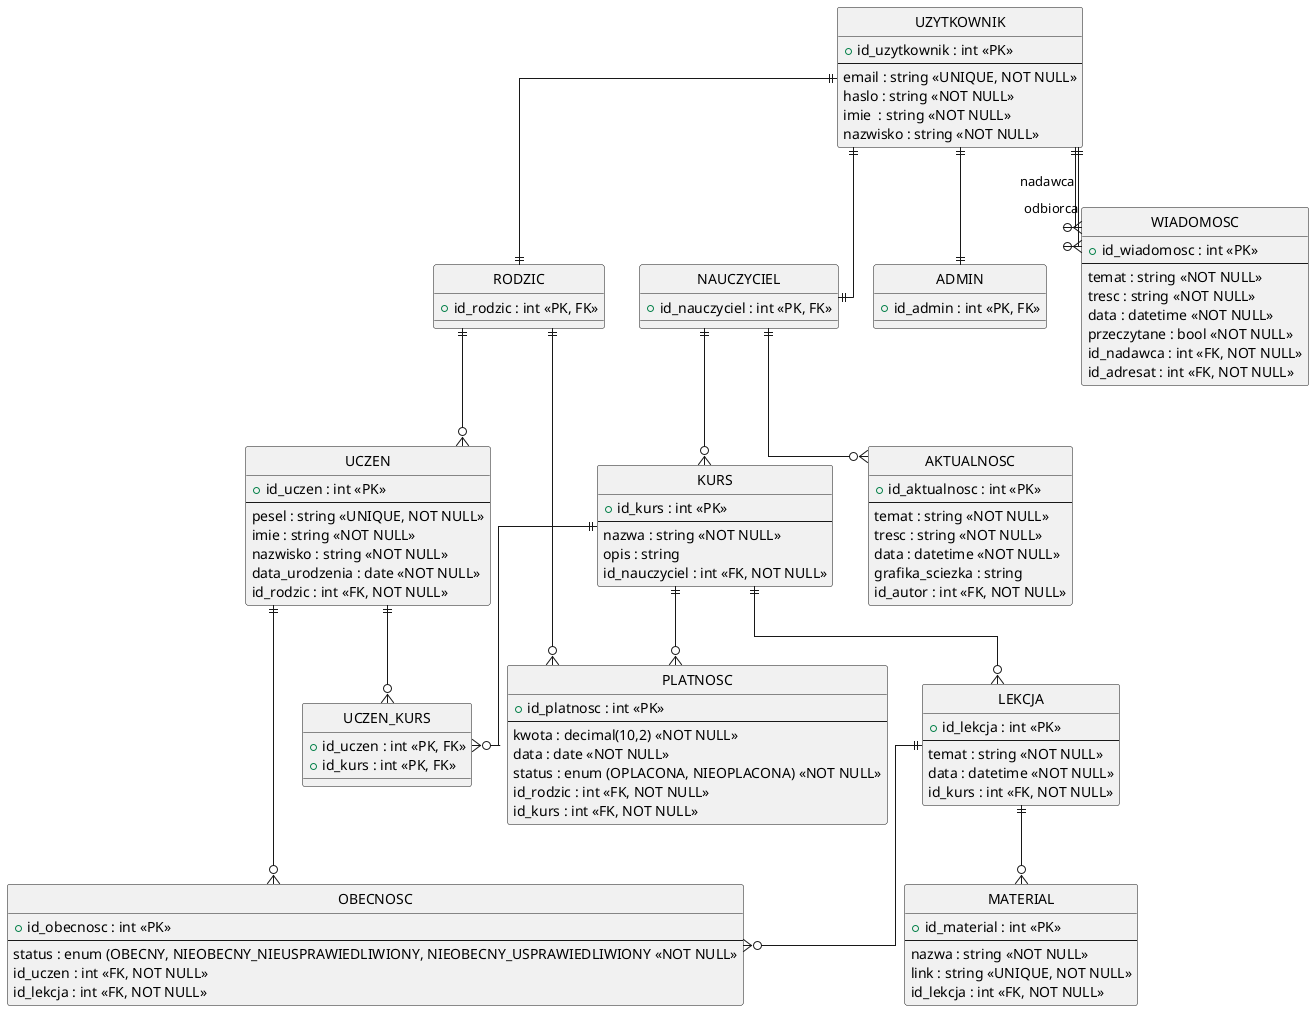
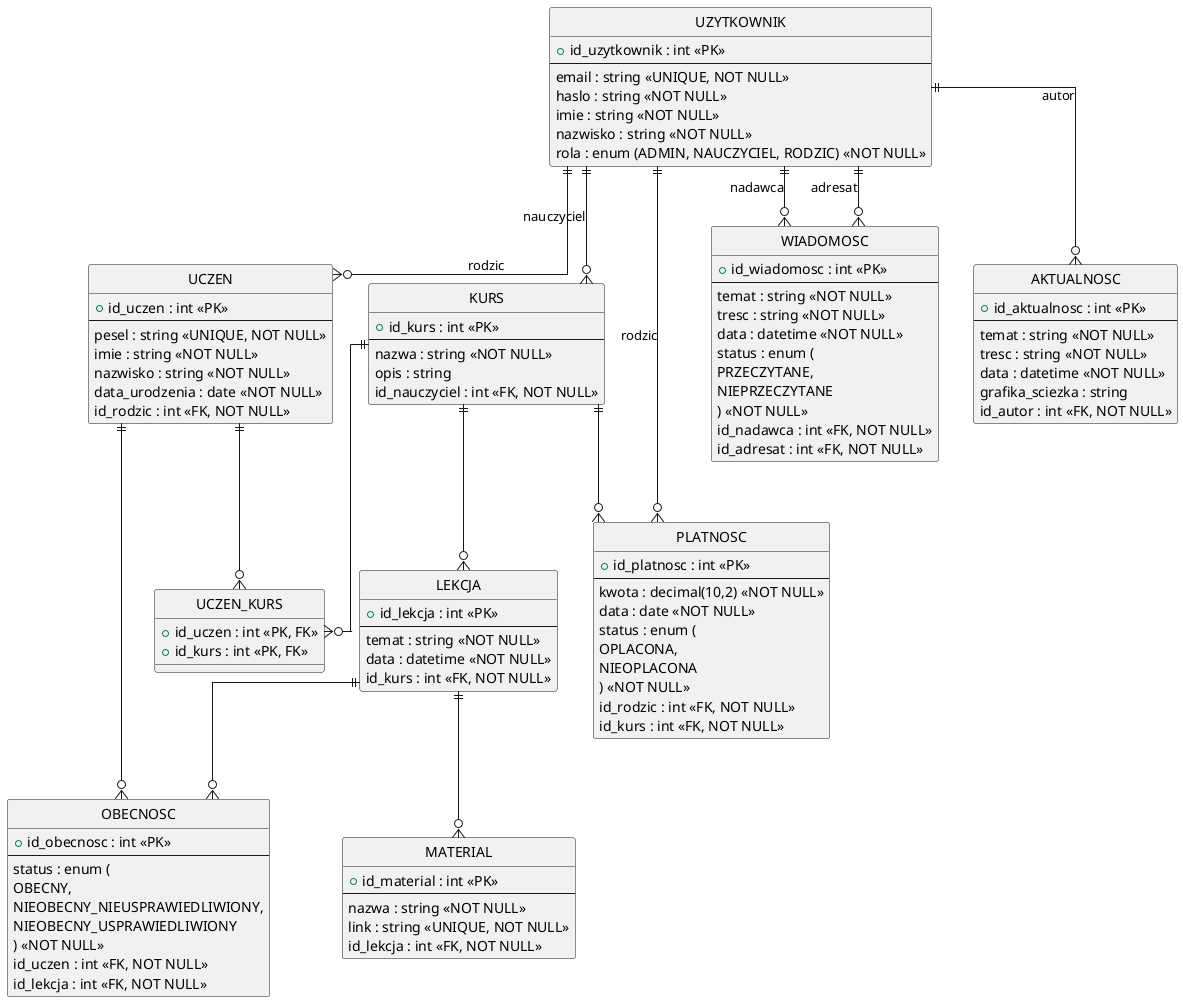
@startuml
hide circle
skinparam linetype ortho
skinparam entity {
  BackgroundColor #F9F9F9
  BorderColor black
}

entity "UZYTKOWNIK" as UZYTKOWNIK {
  +id_uzytkownik : int <<PK>>
  --
  email : string <<UNIQUE, NOT NULL>>
  haslo : string <<NOT NULL>>
-   imie  : string <<NOT NULL>>
+   imie : string <<NOT NULL>>
  nazwisko : string <<NOT NULL>>
- }
- 
- entity "RODZIC" as RODZIC {
-   +id_rodzic : int <<PK, FK>>
- }
- 
- entity "NAUCZYCIEL" as NAUCZYCIEL {
-   +id_nauczyciel : int <<PK, FK>>
- }
- 
- entity "ADMIN" as ADMIN {
-   +id_admin : int <<PK, FK>>
+   rola : enum (ADMIN, NAUCZYCIEL, RODZIC) <<NOT NULL>>
}

entity "UCZEN" as UCZEN {
  +id_uczen : int <<PK>>
  --
  pesel : string <<UNIQUE, NOT NULL>>
  imie : string <<NOT NULL>>
  nazwisko : string <<NOT NULL>>
  data_urodzenia : date <<NOT NULL>>
  id_rodzic : int <<FK, NOT NULL>>
}

entity "KURS" as KURS {
  +id_kurs : int <<PK>>
  --
  nazwa : string <<NOT NULL>>
  opis : string
  id_nauczyciel : int <<FK, NOT NULL>>
}

entity "LEKCJA" as LEKCJA {
  +id_lekcja : int <<PK>>
  --
  temat : string <<NOT NULL>>
  data : datetime <<NOT NULL>>
  id_kurs : int <<FK, NOT NULL>>
}

entity "MATERIAL" as MATERIAL {
  +id_material : int <<PK>>
  --
  nazwa : string <<NOT NULL>>
  link : string <<UNIQUE, NOT NULL>>
  id_lekcja : int <<FK, NOT NULL>>
}

entity "OBECNOSC" as OBECNOSC {
  +id_obecnosc : int <<PK>>
  --
-   status : enum (OBECNY, NIEOBECNY_NIEUSPRAWIEDLIWIONY, NIEOBECNY_USPRAWIEDLIWIONY <<NOT NULL>>
+   status : enum (
+     OBECNY,
+     NIEOBECNY_NIEUSPRAWIEDLIWIONY,
+     NIEOBECNY_USPRAWIEDLIWIONY
+   ) <<NOT NULL>>
  id_uczen : int <<FK, NOT NULL>>
  id_lekcja : int <<FK, NOT NULL>>
}

entity "PLATNOSC" as PLATNOSC {
  +id_platnosc : int <<PK>>
  --
  kwota : decimal(10,2) <<NOT NULL>>
  data : date <<NOT NULL>>
-   status : enum (OPLACONA, NIEOPLACONA) <<NOT NULL>>
+   status : enum (
+     OPLACONA,
+     NIEOPLACONA
+   ) <<NOT NULL>>
  id_rodzic : int <<FK, NOT NULL>>
  id_kurs : int <<FK, NOT NULL>>
}

entity "WIADOMOSC" as WIADOMOSC {
  +id_wiadomosc : int <<PK>>
  --
  temat : string <<NOT NULL>>
  tresc : string <<NOT NULL>>
  data : datetime <<NOT NULL>>
-   przeczytane : bool <<NOT NULL>>
+   status : enum (
+     PRZECZYTANE,
+     NIEPRZECZYTANE
+   ) <<NOT NULL>>
  id_nadawca : int <<FK, NOT NULL>>
  id_adresat : int <<FK, NOT NULL>>
}

entity "AKTUALNOSC" as AKTUALNOSC {
  +id_aktualnosc : int <<PK>>
  --
  temat : string <<NOT NULL>>
  tresc : string <<NOT NULL>>
  data : datetime <<NOT NULL>>
  grafika_sciezka : string
  id_autor : int <<FK, NOT NULL>>
}

entity "UCZEN_KURS" as UCZEN_KURS {
  +id_uczen : int <<PK, FK>>
  +id_kurs : int <<PK, FK>>
}

' ===== RELACJE =====

- UZYTKOWNIK ||--|| RODZIC
- UZYTKOWNIK ||--|| NAUCZYCIEL
- UZYTKOWNIK ||--|| ADMIN
+ UZYTKOWNIK ||--o{ UCZEN : rodzic

- RODZIC ||--o{ UCZEN
- 
- NAUCZYCIEL ||--o{ KURS
+ UZYTKOWNIK ||--o{ KURS : nauczyciel

KURS ||--o{ LEKCJA

LEKCJA ||--o{ MATERIAL

UCZEN ||--o{ OBECNOSC
LEKCJA ||--o{ OBECNOSC

- RODZIC ||--o{ PLATNOSC
+ UZYTKOWNIK ||--o{ PLATNOSC : rodzic
KURS ||--o{ PLATNOSC

UCZEN ||--o{ UCZEN_KURS
KURS ||--o{ UCZEN_KURS

UZYTKOWNIK ||--o{ WIADOMOSC : nadawca
- UZYTKOWNIK ||--o{ WIADOMOSC : odbiorca
+ UZYTKOWNIK ||--o{ WIADOMOSC : adresat

- NAUCZYCIEL ||--o{ AKTUALNOSC
+ UZYTKOWNIK ||--o{ AKTUALNOSC : autor
+ 
@enduml